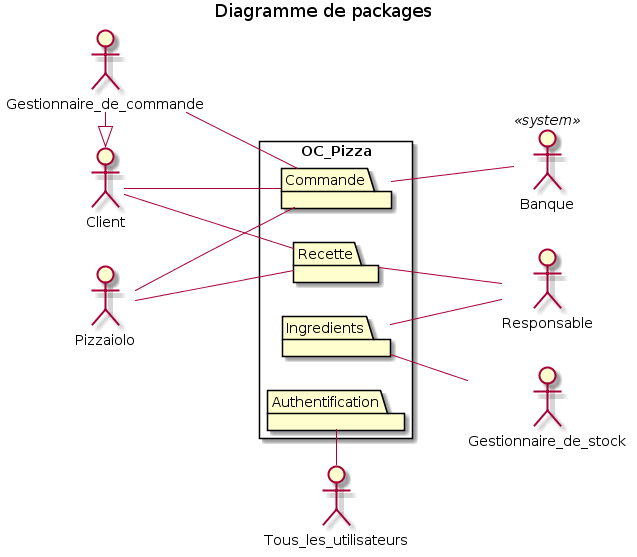
Before: v4/img/02_packages.png, a diagram exported from PlantUML (Zepmanbc/oc_dapython_pr4).
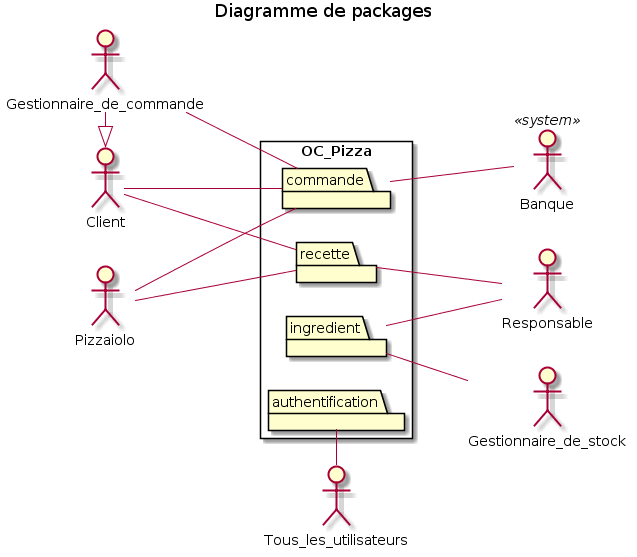
Above is the later version.

The edit, as a diff of the source:
```diff
@@ -11,26 +11,26 @@
 
 rectangle OC_Pizza{
     left to right direction
-    package Commande
-    package Recette
-    package Ingredients
-    package Authentification
+    package commande
+    package recette
+    package ingredient
+    package authentification
 }
 
-CUSTOMER -- Commande
-GESTCMD -- Commande
-PZLO -- Commande
-Commande -- BANK
+CUSTOMER -- commande
+GESTCMD -- commande
+PZLO -- commande
+commande -- BANK
 
 GESTCMD -|> CUSTOMER
 
-Recette -- BOSS
-Recette -- PZLO
-Recette -- CUSTOMER
+recette -- BOSS
+recette -- PZLO
+recette -- CUSTOMER
 
-Ingredients -- GESTSTOCK
-Ingredients -- BOSS
+ingredient -- GESTSTOCK
+ingredient -- BOSS
 
-Authentification -l- Tous_les_utilisateurs
+authentification -l- Tous_les_utilisateurs
 
 @enduml
```
